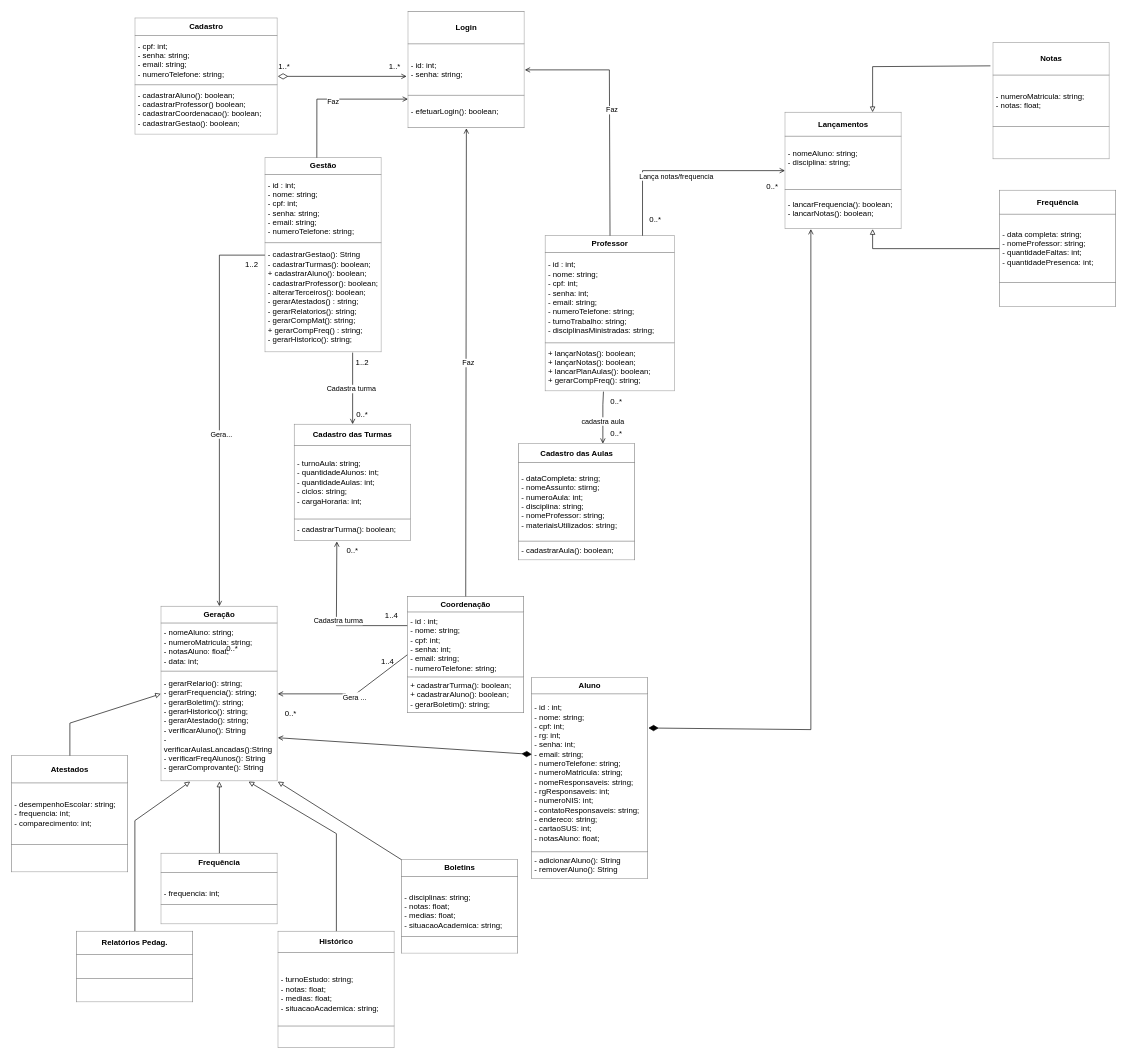
Above: DIAGRAMA DE CLASSE.drawio in LizReis/An-lise-de-Sistemas (draw.io), before the change. Source tidied: cells renumbered, new cells numbered last; positions are measured from the earlier drawing's top-left corner, leaving out a move shared by most shapes. Both pictures are drawn from the tidied source at 65%, with x=0, y=0 at pixel (11, 11).
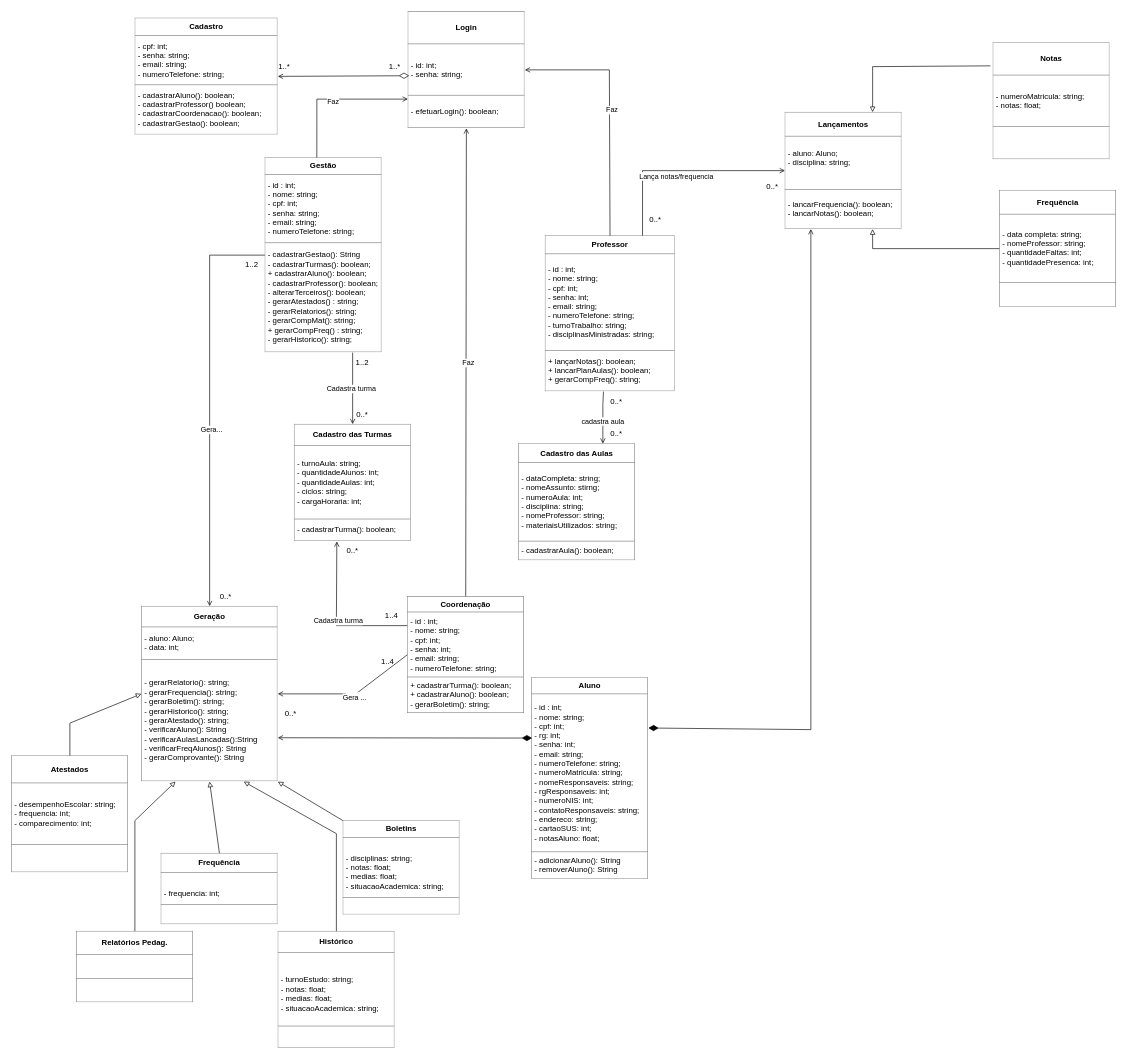
After the change.

The change refers to these unchanged cells:
```xml
<mxCell id="2" value="&lt;table border=&quot;1&quot; width=&quot;100%&quot; height=&quot;100%&quot; cellpadding=&quot;4&quot; style=&quot;width:100%;height:100%;border-collapse:collapse;&quot;&gt;&lt;tbody&gt;&lt;tr&gt;&lt;th align=&quot;center&quot;&gt;&lt;b&gt;Gestão&lt;/b&gt;&lt;/th&gt;&lt;/tr&gt;&lt;tr&gt;&lt;td&gt;- id : int;&lt;br&gt;- nome: string;&lt;br&gt;- cpf: int;&lt;br&gt;- senha: string;&lt;br&gt;- email: string;&lt;br&gt;- numeroTelefone: string;&lt;/td&gt;&lt;/tr&gt;&lt;tr&gt;&lt;td&gt;- cadastrarGestao(): String&lt;br&gt;- cadastrarTurmas(): boolean;&lt;br&gt;+ cadastrarAluno(): boolean;&lt;br&gt;- cadastrarProfessor(): boolean;&lt;br&gt;- alterarTerceiros(): boolean;&lt;br&gt;- gerarAtestados() : string;&lt;br&gt;- gerarRelatorios(): string;&lt;br&gt;- gerarCompMat(): string;&lt;br&gt;+ gerarCompFreq() : string;&lt;br&gt;- gerarHistorico(): string;&lt;br&gt;&lt;/td&gt;&lt;/tr&gt;&lt;/tbody&gt;&lt;/table&gt;" style="text;html=1;whiteSpace=wrap;strokeColor=none;fillColor=none;overflow=fill;" parent="1" vertex="1">
  <mxGeometry x="390" y="225" width="180" height="300" as="geometry" />
</mxCell>
<mxCell id="5" value="&lt;table border=&quot;1&quot; width=&quot;100%&quot; height=&quot;100%&quot; cellpadding=&quot;4&quot; style=&quot;width:100%;height:100%;border-collapse:collapse;&quot;&gt;&lt;tbody&gt;&lt;tr&gt;&lt;th align=&quot;center&quot;&gt;&lt;b&gt;Login&lt;/b&gt;&lt;/th&gt;&lt;/tr&gt;&lt;tr&gt;&lt;td&gt;- id: int;&lt;br&gt;- senha: string;&lt;/td&gt;&lt;/tr&gt;&lt;tr&gt;&lt;td&gt;- efetuarLogin(): boolean;&lt;/td&gt;&lt;/tr&gt;&lt;/tbody&gt;&lt;/table&gt;" style="text;html=1;whiteSpace=wrap;strokeColor=none;fillColor=none;overflow=fill;" parent="1" vertex="1">
  <mxGeometry x="610" width="180" height="180" as="geometry" />
</mxCell>
<mxCell id="6" value="&lt;table border=&quot;1&quot; width=&quot;100%&quot; height=&quot;100%&quot; cellpadding=&quot;4&quot; style=&quot;width:100%;height:100%;border-collapse:collapse;&quot;&gt;&lt;tbody&gt;&lt;tr&gt;&lt;th align=&quot;center&quot;&gt;&lt;b&gt;Aluno&lt;/b&gt;&lt;/th&gt;&lt;/tr&gt;&lt;tr&gt;&lt;td&gt;&lt;span style=&quot;&quot;&gt;- id : int;&lt;/span&gt;&lt;br style=&quot;&quot;&gt;&lt;span style=&quot;&quot;&gt;- nome: string;&lt;/span&gt;&lt;br style=&quot;&quot;&gt;&lt;span style=&quot;&quot;&gt;- cpf: int;&lt;br&gt;- rg: int;&lt;br&gt;&lt;/span&gt;&lt;span style=&quot;&quot;&gt;- senha: int;&lt;/span&gt;&lt;br style=&quot;&quot;&gt;&lt;span style=&quot;&quot;&gt;- email: string;&lt;/span&gt;&lt;br style=&quot;&quot;&gt;&lt;span style=&quot;&quot;&gt;- numeroTelefone: string;&lt;br&gt;&lt;/span&gt;&lt;span style=&quot;&quot;&gt;- numeroMatricula: string;&lt;br&gt;- nomeResponsaveis: string;&lt;br&gt;- rgResponsaveis: int;&lt;br&gt;- numeroNIS: int;&lt;br&gt;- contatoResponsaveis: string;&lt;br&gt;- endereco: string;&lt;br&gt;- cartaoSUS: int;&lt;br&gt;- notasAluno: float;&lt;/span&gt;&lt;/td&gt;&lt;/tr&gt;&lt;tr&gt;&lt;td&gt;- adicionarAluno(): String&lt;br&gt;- removerAluno(): String&lt;br&gt;&lt;/td&gt;&lt;/tr&gt;&lt;/tbody&gt;&lt;/table&gt;" style="text;html=1;whiteSpace=wrap;strokeColor=none;fillColor=none;overflow=fill;" parent="1" vertex="1">
  <mxGeometry x="800" y="1025" width="180" height="310" as="geometry" />
</mxCell>
<mxCell id="11" value="&lt;table border=&quot;1&quot; width=&quot;100%&quot; height=&quot;100%&quot; cellpadding=&quot;4&quot; style=&quot;width:100%;height:100%;border-collapse:collapse;&quot;&gt;&lt;tbody&gt;&lt;tr&gt;&lt;th align=&quot;center&quot;&gt;Cadastro&lt;/th&gt;&lt;/tr&gt;&lt;tr&gt;&lt;td&gt;- cpf: int;&lt;br&gt;- senha: string;&lt;br&gt;- email: string;&lt;br&gt;- numeroTelefone: string;&lt;/td&gt;&lt;/tr&gt;&lt;tr&gt;&lt;td&gt;- cadastrarAluno(): boolean;&lt;br&gt;- cadastrarProfessor() boolean;&lt;br&gt;- cadastrarCoordenacao(): boolean;&lt;br&gt;- cadastrarGestao(): boolean;&lt;br&gt;&lt;/td&gt;&lt;/tr&gt;&lt;/tbody&gt;&lt;/table&gt;" style="text;html=1;whiteSpace=wrap;strokeColor=none;fillColor=none;overflow=fill;" parent="1" vertex="1">
  <mxGeometry x="190" y="10" width="220" height="180" as="geometry" />
</mxCell>
```

The edit, as a diff of the source:
```diff
@@
-    <mxCell id="4" value="&lt;table border=&quot;1&quot; width=&quot;100%&quot; height=&quot;100%&quot; cellpadding=&quot;4&quot; style=&quot;width:100%;height:100%;border-collapse:collapse;&quot;&gt;&lt;tbody&gt;&lt;tr&gt;&lt;th align=&quot;center&quot;&gt;Professor&lt;/th&gt;&lt;/tr&gt;&lt;tr&gt;&lt;td&gt;- id : int;&lt;br&gt;- nome: string;&lt;br&gt;- cpf: int;&lt;br&gt;- senha: int;&lt;br&gt;- email: string;&lt;br&gt;- numeroTelefone: string;&lt;span style=&quot;&quot;&gt;&lt;br&gt;- turnoTrabalho: string;&lt;br&gt;- disciplinasMinistradas: string;&lt;/span&gt;&lt;/td&gt;&lt;/tr&gt;&lt;tr&gt;&lt;td&gt;+ lançarNotas(): boolean;&lt;br&gt;+ lançarNotas(): boolean;&lt;br&gt;+ lancarPlanAulas(): boolean;&lt;br&gt;+ gerarCompFreq(): string;&lt;/td&gt;&lt;/tr&gt;&lt;/tbody&gt;&lt;/table&gt;" style="text;html=1;whiteSpace=wrap;strokeColor=none;fillColor=none;overflow=fill;" parent="1" vertex="1">
+    <mxCell id="4" value="&lt;table border=&quot;1&quot; width=&quot;100%&quot; height=&quot;100%&quot; cellpadding=&quot;4&quot; style=&quot;width:100%;height:100%;border-collapse:collapse;&quot;&gt;&lt;tbody&gt;&lt;tr&gt;&lt;th align=&quot;center&quot;&gt;Professor&lt;/th&gt;&lt;/tr&gt;&lt;tr&gt;&lt;td&gt;- id : int;&lt;br&gt;- nome: string;&lt;br&gt;- cpf: int;&lt;br&gt;- senha: int;&lt;br&gt;- email: string;&lt;br&gt;- numeroTelefone: string;&lt;span style=&quot;&quot;&gt;&lt;br&gt;- turnoTrabalho: string;&lt;br&gt;- disciplinasMinistradas: string;&lt;/span&gt;&lt;/td&gt;&lt;/tr&gt;&lt;tr&gt;&lt;td&gt;+ lançarNotas(): boolean;&lt;br&gt;+ lancarPlanAulas(): boolean;&lt;br&gt;+ gerarCompFreq(): string;&lt;/td&gt;&lt;/tr&gt;&lt;/tbody&gt;&lt;/table&gt;" style="text;html=1;whiteSpace=wrap;strokeColor=none;fillColor=none;overflow=fill;" parent="1" vertex="1">
       <mxGeometry x="821" y="345" width="200" height="240" as="geometry" />
     </mxCell>
@@
-    <mxCell id="10" value="&lt;table border=&quot;1&quot; width=&quot;100%&quot; height=&quot;100%&quot; cellpadding=&quot;4&quot; style=&quot;width:100%;height:100%;border-collapse:collapse;&quot;&gt;&lt;tbody&gt;&lt;tr&gt;&lt;th align=&quot;center&quot;&gt;&lt;b&gt;Lançamentos&lt;/b&gt;&lt;/th&gt;&lt;/tr&gt;&lt;tr&gt;&lt;td&gt;- nomeAluno: string;&lt;br&gt;- disciplina: string;&lt;br&gt;&lt;br&gt;&lt;/td&gt;&lt;/tr&gt;&lt;tr&gt;&lt;td&gt;&lt;span style=&quot;&quot;&gt;- lancarFrequencia():&amp;nbsp;&lt;/span&gt;boolean&lt;span style=&quot;&quot;&gt;;&lt;br&gt;&lt;/span&gt;- lancarNotas(): boolean;&lt;br&gt;&lt;/td&gt;&lt;/tr&gt;&lt;/tbody&gt;&lt;/table&gt;" style="text;html=1;whiteSpace=wrap;strokeColor=none;fillColor=none;overflow=fill;" parent="1" vertex="1">
+    <mxCell id="10" value="&lt;table border=&quot;1&quot; width=&quot;100%&quot; height=&quot;100%&quot; cellpadding=&quot;4&quot; style=&quot;width:100%;height:100%;border-collapse:collapse;&quot;&gt;&lt;tbody&gt;&lt;tr&gt;&lt;th align=&quot;center&quot;&gt;&lt;b&gt;Lançamentos&lt;/b&gt;&lt;/th&gt;&lt;/tr&gt;&lt;tr&gt;&lt;td&gt;- aluno: Aluno;&lt;br&gt;- disciplina: string;&lt;br&gt;&lt;br&gt;&lt;/td&gt;&lt;/tr&gt;&lt;tr&gt;&lt;td&gt;&lt;span style=&quot;&quot;&gt;- lancarFrequencia():&amp;nbsp;&lt;/span&gt;boolean&lt;span style=&quot;&quot;&gt;;&lt;br&gt;&lt;/span&gt;- lancarNotas(): boolean;&lt;br&gt;&lt;/td&gt;&lt;/tr&gt;&lt;/tbody&gt;&lt;/table&gt;" style="text;html=1;whiteSpace=wrap;strokeColor=none;fillColor=none;overflow=fill;" parent="1" vertex="1">
       <mxGeometry x="1190" y="155" width="180" height="180" as="geometry" />
     </mxCell>
@@
     <mxCell id="18" value="&lt;table border=&quot;1&quot; width=&quot;100%&quot; height=&quot;100%&quot; cellpadding=&quot;4&quot; style=&quot;width:100%;height:100%;border-collapse:collapse;&quot;&gt;&lt;tbody&gt;&lt;tr&gt;&lt;th align=&quot;center&quot;&gt;&lt;b&gt;Boletins&lt;/b&gt;&lt;/th&gt;&lt;/tr&gt;&lt;tr&gt;&lt;td&gt;&lt;br&gt;- disciplinas: string;&lt;br&gt;- notas: float;&lt;br&gt;- medias: float;&lt;br&gt;- situacaoAcademica: string;&lt;/td&gt;&lt;/tr&gt;&lt;tr&gt;&lt;td&gt;&lt;br&gt;&lt;/td&gt;&lt;/tr&gt;&lt;/tbody&gt;&lt;/table&gt;" style="text;html=1;whiteSpace=wrap;strokeColor=none;fillColor=none;overflow=fill;" parent="1" vertex="1">
-      <mxGeometry x="600" y="1305" width="180" height="145" as="geometry" />
+      <mxGeometry x="510" y="1245" width="180" height="145" as="geometry" />
     </mxCell>
-    <mxCell id="19" value="&lt;table border=&quot;1&quot; width=&quot;100%&quot; height=&quot;100%&quot; cellpadding=&quot;4&quot; style=&quot;width:100%;height:100%;border-collapse:collapse;&quot;&gt;&lt;tbody&gt;&lt;tr&gt;&lt;th align=&quot;center&quot;&gt;&lt;b&gt;Geração&lt;/b&gt;&lt;/th&gt;&lt;/tr&gt;&lt;tr&gt;&lt;td&gt;- nomeAluno: string;&lt;br&gt;- numeroMatricula: string;&lt;br&gt;- notasAluno: float;&lt;br&gt;- data: int;&lt;/td&gt;&lt;/tr&gt;&lt;tr&gt;&lt;td&gt;- gerarRelario(): string;&lt;br&gt;- gerarFrequencia(): string;&lt;br&gt;- gerarBoletim(): string;&lt;br&gt;- gerarHistorico(): string;&lt;br&gt;- gerarAtestado(): string;&lt;br&gt;- verificarAluno(): String&lt;br&gt;- verificarAulasLancadas():String&lt;br&gt;- verificarFreqAlunos(): String&lt;br&gt;- gerarComprovante(): String&lt;/td&gt;&lt;/tr&gt;&lt;/tbody&gt;&lt;/table&gt;" style="text;html=1;whiteSpace=wrap;strokeColor=none;fillColor=none;overflow=fill;" parent="1" vertex="1">
-      <mxGeometry x="230" y="915" width="180" height="270" as="geometry" />
+    <mxCell id="19" value="&lt;table border=&quot;1&quot; width=&quot;100%&quot; height=&quot;100%&quot; cellpadding=&quot;4&quot; style=&quot;width:100%;height:100%;border-collapse:collapse;&quot;&gt;&lt;tbody&gt;&lt;tr&gt;&lt;th align=&quot;center&quot;&gt;&lt;b&gt;Geração&lt;/b&gt;&lt;/th&gt;&lt;/tr&gt;&lt;tr&gt;&lt;td&gt;- aluno: Aluno;&lt;br&gt;- data: int;&lt;/td&gt;&lt;/tr&gt;&lt;tr&gt;&lt;td&gt;- gerarRelatorio(): string;&lt;br&gt;- gerarFrequencia(): string;&lt;br&gt;- gerarBoletim(): string;&lt;br&gt;- gerarHistorico(): string;&lt;br&gt;- gerarAtestado(): string;&lt;br&gt;- verificarAluno(): String&lt;br&gt;- verificarAulasLancadas():String&lt;br&gt;- verificarFreqAlunos(): String&lt;br&gt;- gerarComprovante(): String&lt;/td&gt;&lt;/tr&gt;&lt;/tbody&gt;&lt;/table&gt;" style="text;html=1;whiteSpace=wrap;strokeColor=none;fillColor=none;overflow=fill;" parent="1" vertex="1">
+      <mxGeometry x="200" y="915" width="210" height="270" as="geometry" />
     </mxCell>
@@
     <mxCell id="29" style="endArrow=open;html=1;rounded=0;exitX=0;exitY=0.5;exitDx=0;exitDy=0;entryX=0.5;entryY=0;entryDx=0;entryDy=0;endFill=0;" parent="1" edge="1" source="2" target="19">
       <mxGeometry relative="1" as="geometry">
         <Array as="points">
-          <mxPoint x="320" y="375" />
+          <mxPoint x="305" y="375" />
         </Array>
       </mxGeometry>
     </mxCell>
@@
-    <mxCell id="31" style="endArrow=open;html=1;rounded=0;entryX=1;entryY=0.75;entryDx=0;entryDy=0;startArrow=diamondThin;startFill=1;endFill=0;exitX=0.004;exitY=0.381;exitDx=0;exitDy=0;exitPerimeter=0;endSize=6;startSize=13;" parent="1" edge="1" source="6" target="19">
+    <mxCell id="31" style="endArrow=open;html=1;rounded=0;entryX=1;entryY=0.75;entryDx=0;entryDy=0;startArrow=diamondThin;startFill=1;endFill=0;exitX=0.006;exitY=0.3;exitDx=0;exitDy=0;exitPerimeter=0;endSize=6;startSize=13;" parent="1" edge="1" source="6" target="19">
       <mxGeometry relative="1" as="geometry" />
     </mxCell>
-    <mxCell id="32" style="endArrow=open;html=1;rounded=0;startArrow=diamondThin;startFill=0;endFill=0;exitX=1;exitY=0.5;exitDx=0;exitDy=0;startSize=13;" parent="1" edge="1" source="11">
-      <mxGeometry relative="1" as="geometry">
-        <mxPoint x="608" y="100" as="targetPoint" />
-      </mxGeometry>
+    <mxCell id="32" style="endArrow=open;html=1;rounded=0;startArrow=diamondThin;startFill=0;endFill=0;exitX=0.011;exitY=0.55;exitDx=0;exitDy=0;startSize=13;entryX=1;entryY=0.5;entryDx=0;entryDy=0;exitPerimeter=0;" parent="1" edge="1" source="5" target="11">
+      <mxGeometry relative="1" as="geometry" />
     </mxCell>
@@
     <mxCell id="54" value="0..*" style="text;html=1;align=center;verticalAlign=middle;whiteSpace=wrap;rounded=0;" parent="1" vertex="1">
-      <mxGeometry x="310" y="965" width="60" height="30" as="geometry" />
+      <mxGeometry x="300" y="885" width="60" height="30" as="geometry" />
     </mxCell>
```
